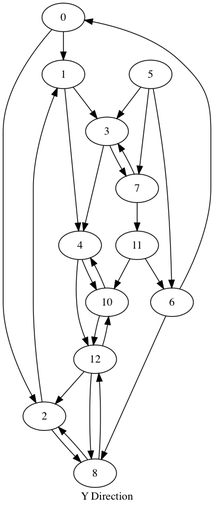
Earlier version of the Graphviz export cmake-build-release/tmp_1.png (KIKI007/FrameInterlock). Its source is kept beside it as cmake-build-release/tmp_1.dot.
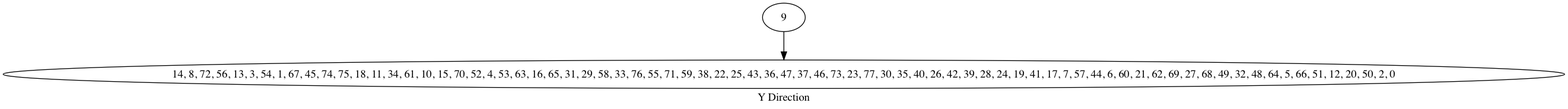
The same diagram one commit later.

Diff of the diagram source:
```diff
@@ -1,28 +1,3 @@
 digraph {
-label="Y Direction"0 -> 1
-0 -> 2
-1 -> 3
-1 -> 4
-2 -> 1
-2 -> 8
-3 -> 4
-3 -> 7
-4 -> 10
-4 -> 12
-5 -> 3
-5 -> 6
-5 -> 7
-6 -> 0
-6 -> 8
-7 -> 3
-7 -> 11
-8 -> 2
-8 -> 12
-10 -> 4
-10 -> 12
-11 -> 6
-11 -> 10
-12 -> 2
-12 -> 8
-12 -> 10
+label="Y Direction"9 -> "14, 8, 72, 56, 13, 3, 54, 1, 67, 45, 74, 75, 18, 11, 34, 61, 10, 15, 70, 52, 4, 53, 63, 16, 65, 31, 29, 58, 33, 76, 55, 71, 59, 38, 22, 25, 43, 36, 47, 37, 46, 73, 23, 77, 30, 35, 40, 26, 42, 39, 28, 24, 19, 41, 17, 7, 57, 44, 6, 60, 21, 62, 69, 27, 68, 49, 32, 48, 64, 5, 66, 51, 12, 20, 50, 2, 0"
 }
```
